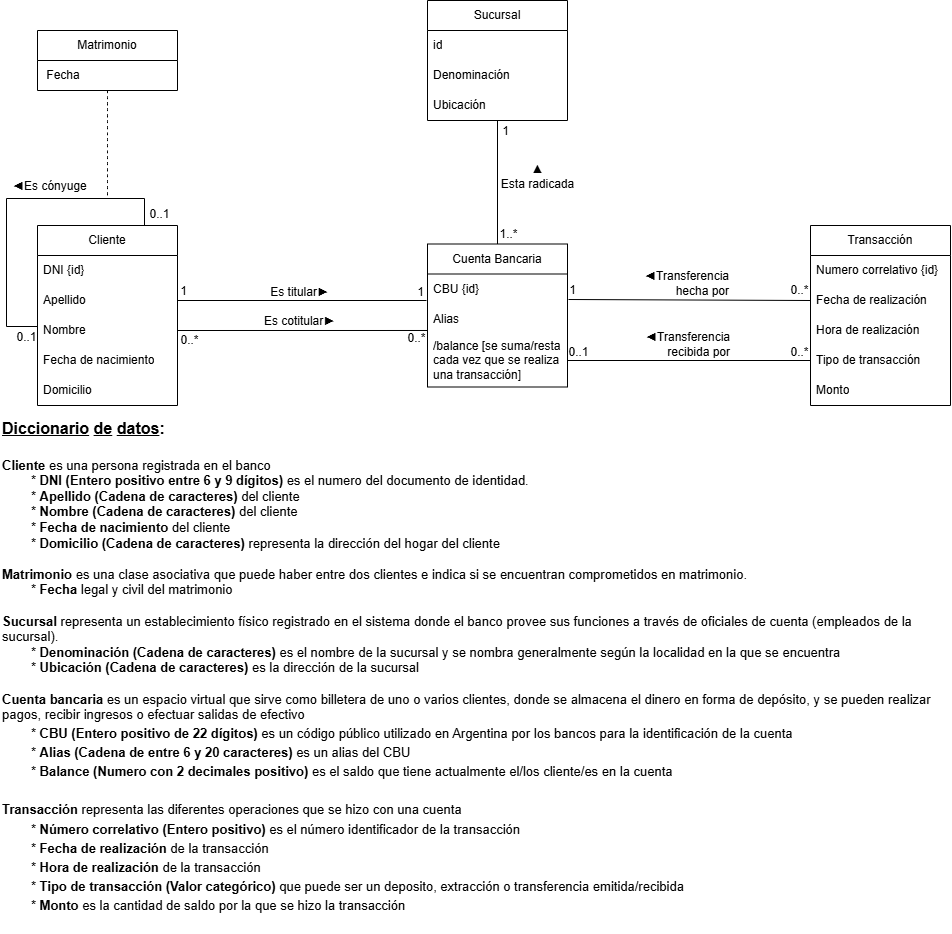
Above: MeMo1-Ejercicio1/docs/Modelo de dominio.png in Blisstar/2024_2C_104424_Ejercicio1 (draw.io), before the change. Source tidied: cells renumbered, new cells last; positions are measured from the earlier drawing's top-left corner, leaving out a move shared by most shapes.
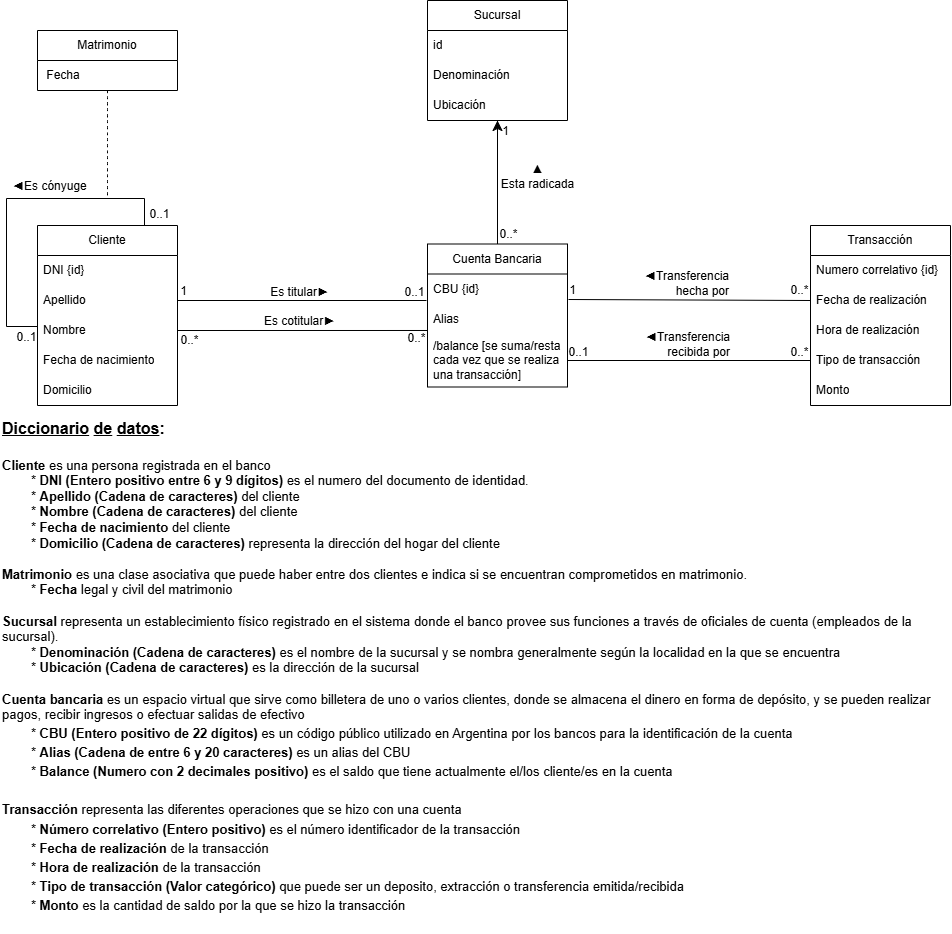
After the change.

What changed in the source:
```diff
@@ -15,7 +15,7 @@
         <mxPoint x="6" y="1" as="offset" />
       </mxGeometry>
     </mxCell>
-    <mxCell id="5" value="1..*" style="edgeLabel;html=1;align=center;verticalAlign=middle;fontSize=12;" parent="2" vertex="1">
+    <mxCell id="5" value="0..*" style="edgeLabel;html=1;align=center;verticalAlign=middle;fontSize=12;" parent="2" vertex="1">
       <mxGeometry x="-0.82" relative="1" as="geometry">
         <mxPoint x="10" y="1" as="offset" />
       </mxGeometry>
@@ -56,6 +56,9 @@
         <mxPoint x="-9" y="-8" as="offset" />
       </mxGeometry>
     </mxCell>
+    <mxCell id="50" style="edgeStyle=none;curved=1;rounded=0;jettySize=auto;html=1;fontSize=12;startSize=8;endSize=8;" parent="1" edge="1" source="14" target="31">
+      <mxGeometry relative="1" as="geometry" />
+    </mxCell>
     <mxCell id="14" value="Cuenta Bancaria" style="swimlane;fontStyle=0;horizontal=1;startSize=30;whiteSpace=wrap;html=1;" parent="1" vertex="1">
       <mxGeometry x="427" y="243.5" width="140" height="143" as="geometry" />
     </mxCell>
@@ -138,9 +141,9 @@
         <mxPoint x="-15" y="-8" as="offset" />
       </mxGeometry>
     </mxCell>
-    <mxCell id="35" value="1" style="edgeLabel;html=1;align=center;verticalAlign=middle;fontSize=12;" parent="32" vertex="1">
+    <mxCell id="35" value="0..1" style="edgeLabel;html=1;align=center;verticalAlign=middle;fontSize=12;" parent="32" vertex="1">
       <mxGeometry x="0.9" relative="1" as="geometry">
-        <mxPoint x="6" y="-9" as="offset" />
+        <mxPoint y="-9" as="offset" />
       </mxGeometry>
     </mxCell>
     <mxCell id="36" style="edgeStyle=none;curved=1;rounded=0;jettySize=auto;html=1;fontSize=12;startSize=8;endSize=8;endArrow=none;endFill=0;entryX=0;entryY=0.883;entryDx=0;entryDy=0;entryPerimeter=0;" parent="1" edge="1" source="21" target="16">
```
